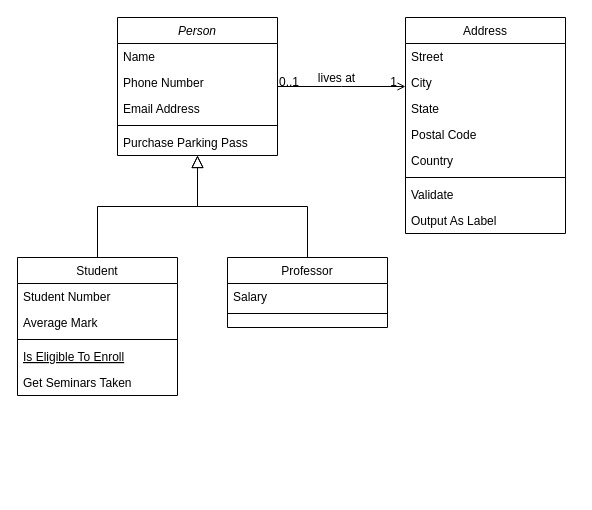
Earlier version of the draw.io diagram mail-sender.drawio (mail-sender/mail_sender_back). Source tidied: cells renumbered, new cells numbered last; positions are measured from the earlier drawing's top-left corner, leaving out a move shared by most shapes. Both pictures are drawn from the tidied source at 100%, with x=0, y=0 at pixel (17, 17).
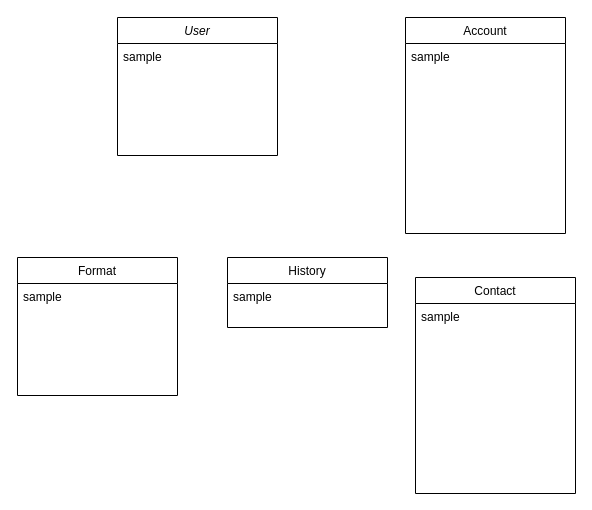
After the change.

Diff of the diagram source:
```diff
@@
-    <mxCell id="2" value="Person" style="swimlane;fontStyle=2;align=center;verticalAlign=top;horizontal=1;startSize=26;rounded=0;shadow=0;strokeWidth=1;" parent="1" vertex="1">
+    <mxCell id="2" value="User" style="swimlane;fontStyle=2;align=center;verticalAlign=top;horizontal=1;startSize=26;rounded=0;shadow=0;strokeWidth=1;" parent="1" vertex="1">
       <mxGeometry x="100" width="160" height="138" as="geometry" />
     </mxCell>
-    <mxCell id="3" value="Name" style="text;align=left;verticalAlign=top;spacingLeft=4;spacingRight=4;overflow=hidden;" parent="2" vertex="1">
+    <mxCell id="3" value="sample" style="text;align=left;verticalAlign=top;spacingLeft=4;spacingRight=4;overflow=hidden;" parent="2" vertex="1">
       <mxGeometry y="26" width="160" height="26" as="geometry" />
     </mxCell>
-    <mxCell id="4" value="Phone Number" style="text;align=left;verticalAlign=top;spacingLeft=4;spacingRight=4;overflow=hidden;rounded=0;shadow=0;html=0;" parent="2" vertex="1">
-      <mxGeometry y="52" width="160" height="26" as="geometry" />
-    </mxCell>
-    <mxCell id="5" value="Email Address" style="text;align=left;verticalAlign=top;spacingLeft=4;spacingRight=4;overflow=hidden;rounded=0;shadow=0;html=0;" parent="2" vertex="1">
-      <mxGeometry y="78" width="160" height="26" as="geometry" />
-    </mxCell>
-    <mxCell id="6" style="line;html=1;strokeWidth=1;align=left;verticalAlign=middle;spacingTop=-1;spacingLeft=3;spacingRight=3;labelPosition=right;" parent="2" vertex="1">
-      <mxGeometry y="104" width="160" height="8" as="geometry" />
-    </mxCell>
-    <mxCell id="7" value="Purchase Parking Pass" style="text;align=left;verticalAlign=top;spacingLeft=4;spacingRight=4;overflow=hidden;" parent="2" vertex="1">
-      <mxGeometry y="112" width="160" height="26" as="geometry" />
-    </mxCell>
-    <mxCell id="8" value="Student" style="swimlane;fontStyle=0;align=center;verticalAlign=top;horizontal=1;startSize=26;rounded=0;shadow=0;strokeWidth=1;" parent="1" vertex="1">
+    <mxCell id="8" value="Format" style="swimlane;fontStyle=0;align=center;verticalAlign=top;horizontal=1;startSize=26;rounded=0;shadow=0;strokeWidth=1;" parent="1" vertex="1">
       <mxGeometry y="240" width="160" height="138" as="geometry" />
     </mxCell>
-    <mxCell id="9" value="Student Number" style="text;align=left;verticalAlign=top;spacingLeft=4;spacingRight=4;overflow=hidden;" parent="8" vertex="1">
-      <mxGeometry y="26" width="160" height="26" as="geometry" />
-    </mxCell>
-    <mxCell id="10" value="Average Mark" style="text;align=left;verticalAlign=top;spacingLeft=4;spacingRight=4;overflow=hidden;rounded=0;shadow=0;html=0;" parent="8" vertex="1">
-      <mxGeometry y="52" width="160" height="26" as="geometry" />
-    </mxCell>
-    <mxCell id="11" style="line;html=1;strokeWidth=1;align=left;verticalAlign=middle;spacingTop=-1;spacingLeft=3;spacingRight=3;labelPosition=right;" parent="8" vertex="1">
-      <mxGeometry y="78" width="160" height="8" as="geometry" />
-    </mxCell>
-    <mxCell id="12" value="Is Eligible To Enroll" style="text;align=left;verticalAlign=top;spacingLeft=4;spacingRight=4;overflow=hidden;fontStyle=4;" parent="8" vertex="1">
-      <mxGeometry y="86" width="160" height="26" as="geometry" />
-    </mxCell>
-    <mxCell id="13" value="Get Seminars Taken" style="text;align=left;verticalAlign=top;spacingLeft=4;spacingRight=4;overflow=hidden;" parent="8" vertex="1">
-      <mxGeometry y="112" width="160" height="26" as="geometry" />
-    </mxCell>
-    <mxCell id="14" style="endArrow=block;endSize=10;endFill=0;shadow=0;strokeWidth=1;rounded=0;edgeStyle=elbowEdgeStyle;elbow=vertical;" parent="1" edge="1" source="8" target="2">
-      <mxGeometry relative="1" as="geometry" />
-    </mxCell>
+    <mxCell id="32" value="sample" style="text;align=left;verticalAlign=top;spacingLeft=4;spacingRight=4;overflow=hidden;" parent="8" vertex="1">
+      <mxGeometry y="26" width="160" height="26" as="geometry" />
+    </mxCell>
-    <mxCell id="15" value="Professor" style="swimlane;fontStyle=0;align=center;verticalAlign=top;horizontal=1;startSize=26;rounded=0;shadow=0;strokeWidth=1;" parent="1" vertex="1">
+    <mxCell id="15" value="History" style="swimlane;fontStyle=0;align=center;verticalAlign=top;horizontal=1;startSize=26;rounded=0;shadow=0;strokeWidth=1;" parent="1" vertex="1">
       <mxGeometry x="210" y="240" width="160" height="70" as="geometry" />
     </mxCell>
-    <mxCell id="16" value="Salary" style="text;align=left;verticalAlign=top;spacingLeft=4;spacingRight=4;overflow=hidden;" parent="15" vertex="1">
+    <mxCell id="16" value="sample" style="text;align=left;verticalAlign=top;spacingLeft=4;spacingRight=4;overflow=hidden;" parent="15" vertex="1">
       <mxGeometry y="26" width="160" height="26" as="geometry" />
     </mxCell>
-    <mxCell id="17" style="line;html=1;strokeWidth=1;align=left;verticalAlign=middle;spacingTop=-1;spacingLeft=3;spacingRight=3;labelPosition=right;" parent="15" vertex="1">
-      <mxGeometry y="52" width="160" height="8" as="geometry" />
-    </mxCell>
-    <mxCell id="18" style="endArrow=block;endSize=10;endFill=0;shadow=0;strokeWidth=1;rounded=0;edgeStyle=elbowEdgeStyle;elbow=vertical;" parent="1" edge="1" source="15" target="2">
-      <mxGeometry relative="1" as="geometry" />
-    </mxCell>
-    <mxCell id="19" value="Address" style="swimlane;fontStyle=0;align=center;verticalAlign=top;horizontal=1;startSize=26;rounded=0;shadow=0;strokeWidth=1;" parent="1" vertex="1">
+    <mxCell id="19" value="Account" style="swimlane;fontStyle=0;align=center;verticalAlign=top;horizontal=1;startSize=26;rounded=0;shadow=0;strokeWidth=1;" parent="1" vertex="1">
       <mxGeometry x="388" width="160" height="216" as="geometry" />
     </mxCell>
-    <mxCell id="20" value="Street" style="text;align=left;verticalAlign=top;spacingLeft=4;spacingRight=4;overflow=hidden;" parent="19" vertex="1">
-      <mxGeometry y="26" width="160" height="26" as="geometry" />
-    </mxCell>
-    <mxCell id="21" value="City" style="text;align=left;verticalAlign=top;spacingLeft=4;spacingRight=4;overflow=hidden;rounded=0;shadow=0;html=0;" parent="19" vertex="1">
-      <mxGeometry y="52" width="160" height="26" as="geometry" />
-    </mxCell>
-    <mxCell id="22" value="State" style="text;align=left;verticalAlign=top;spacingLeft=4;spacingRight=4;overflow=hidden;rounded=0;shadow=0;html=0;" parent="19" vertex="1">
-      <mxGeometry y="78" width="160" height="26" as="geometry" />
-    </mxCell>
-    <mxCell id="23" value="Postal Code" style="text;align=left;verticalAlign=top;spacingLeft=4;spacingRight=4;overflow=hidden;rounded=0;shadow=0;html=0;" parent="19" vertex="1">
-      <mxGeometry y="104" width="160" height="26" as="geometry" />
-    </mxCell>
-    <mxCell id="24" value="Country" style="text;align=left;verticalAlign=top;spacingLeft=4;spacingRight=4;overflow=hidden;rounded=0;shadow=0;html=0;" parent="19" vertex="1">
-      <mxGeometry y="130" width="160" height="26" as="geometry" />
-    </mxCell>
-    <mxCell id="25" style="line;html=1;strokeWidth=1;align=left;verticalAlign=middle;spacingTop=-1;spacingLeft=3;spacingRight=3;labelPosition=right;" parent="19" vertex="1">
-      <mxGeometry y="156" width="160" height="8" as="geometry" />
-    </mxCell>
-    <mxCell id="26" value="Validate" style="text;align=left;verticalAlign=top;spacingLeft=4;spacingRight=4;overflow=hidden;" parent="19" vertex="1">
-      <mxGeometry y="164" width="160" height="26" as="geometry" />
-    </mxCell>
-    <mxCell id="27" value="Output As Label" style="text;align=left;verticalAlign=top;spacingLeft=4;spacingRight=4;overflow=hidden;" parent="19" vertex="1">
-      <mxGeometry y="190" width="160" height="26" as="geometry" />
-    </mxCell>
-    <mxCell id="28" style="endArrow=open;shadow=0;strokeWidth=1;rounded=0;endFill=1;edgeStyle=elbowEdgeStyle;elbow=vertical;" parent="1" edge="1" source="2" target="19">
-      <mxGeometry x="0.5" y="41" relative="1" as="geometry">
-        <mxPoint x="-40" y="32" as="offset" />
-      </mxGeometry>
-    </mxCell>
-    <mxCell id="29" value="0..1" style="align=left;verticalAlign=bottom;labelBackgroundColor=none;fontSize=12;" parent="28" vertex="1">
-      <mxGeometry x="-1" relative="1" as="geometry">
-        <mxPoint y="4" as="offset" />
-      </mxGeometry>
-    </mxCell>
-    <mxCell id="30" value="1" style="align=right;verticalAlign=bottom;labelBackgroundColor=none;fontSize=12;" parent="28" vertex="1">
-      <mxGeometry x="1" relative="1" as="geometry">
-        <mxPoint x="-7" y="4" as="offset" />
-      </mxGeometry>
-    </mxCell>
-    <mxCell id="31" value="lives at" style="text;html=1;align=center;verticalAlign=middle;labelBackgroundColor=none;rounded=0;shadow=0;strokeWidth=1;fontSize=12;" parent="28" vertex="1">
-      <mxGeometry x="0.5" y="49" relative="1" as="geometry">
-        <mxPoint x="-38" y="40" as="offset" />
-      </mxGeometry>
-    </mxCell>
+    <mxCell id="33" value="sample" style="text;align=left;verticalAlign=top;spacingLeft=4;spacingRight=4;overflow=hidden;" parent="19" vertex="1">
+      <mxGeometry y="26" width="160" height="26" as="geometry" />
+    </mxCell>
+    <mxCell id="34" value="Contact" style="swimlane;fontStyle=0;align=center;verticalAlign=top;horizontal=1;startSize=26;rounded=0;shadow=0;strokeWidth=1;" parent="1" vertex="1">
+      <mxGeometry x="398" y="260" width="160" height="216" as="geometry" />
+    </mxCell>
+    <mxCell id="35" value="sample" style="text;align=left;verticalAlign=top;spacingLeft=4;spacingRight=4;overflow=hidden;" parent="34" vertex="1">
+      <mxGeometry y="26" width="160" height="26" as="geometry" />
+    </mxCell>
```
